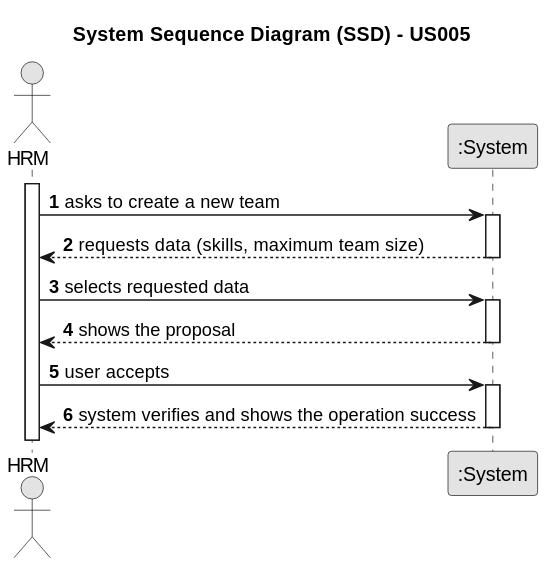
The PlantUML diagram docs/sprintB/us005/01.requirements-engineering/svg/us005-system-sequence-diagram-alternative-one.svg in ricardomm7/leaflink, before a commit. The source it was exported from:
```plantuml
@startuml
skinparam monochrome true
skinparam packageStyle rectangle
skinparam shadowing false

title System Sequence Diagram (SSD) - US005

autonumber

actor "HRM" as HRM
participant ":System" as System

activate HRM

    HRM -> System : asks to create a new team
    activate System

        System --> HRM : requests data (skills, maximum team size)
    deactivate System

    HRM -> System : selects requested data
    activate System

        System --> HRM : shows the proposal
    deactivate System

    HRM -> System : user accepts
    activate System

        System --> HRM : system verifies and shows the operation success
    deactivate System
@enduml
```
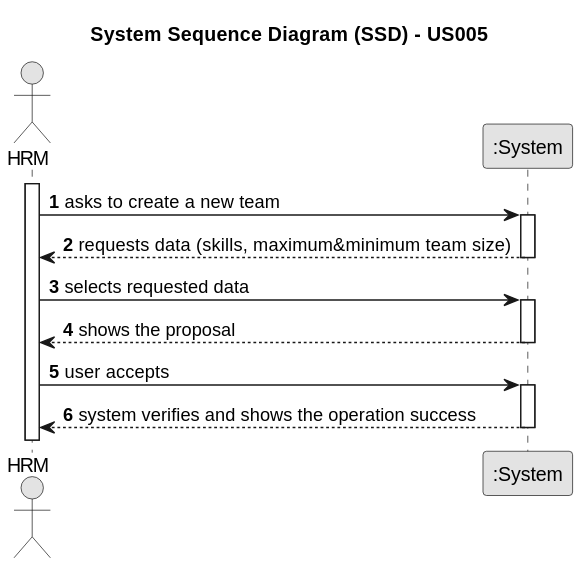
The same diagram one commit later.

Diff of the diagram source:
```diff
@@ -15,7 +15,7 @@
     HRM -> System : asks to create a new team
     activate System
 
-        System --> HRM : requests data (skills, maximum team size)
+        System --> HRM : requests data (skills, maximum&minimum team size)
     deactivate System
 
     HRM -> System : selects requested data
```
